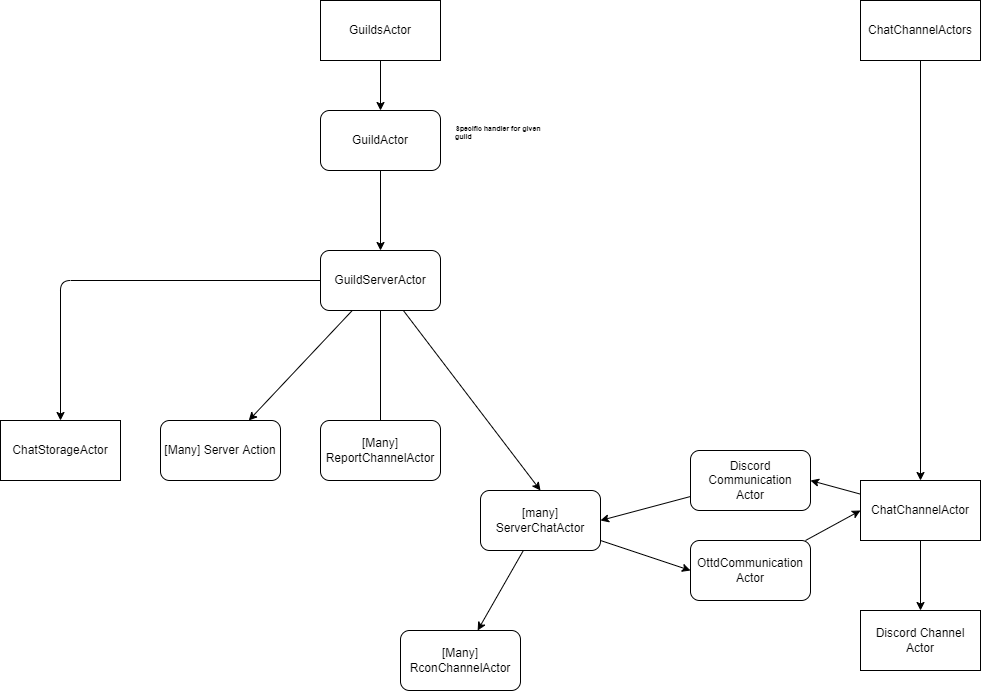
This is docs/akka.drawio.png from shoter/OpenttdDiscord, a draw.io export, as it was before one commit. Source tidied: cells renumbered, new cells last; positions are measured from the earlier drawing's top-left corner, leaving out a move shared by most shapes.
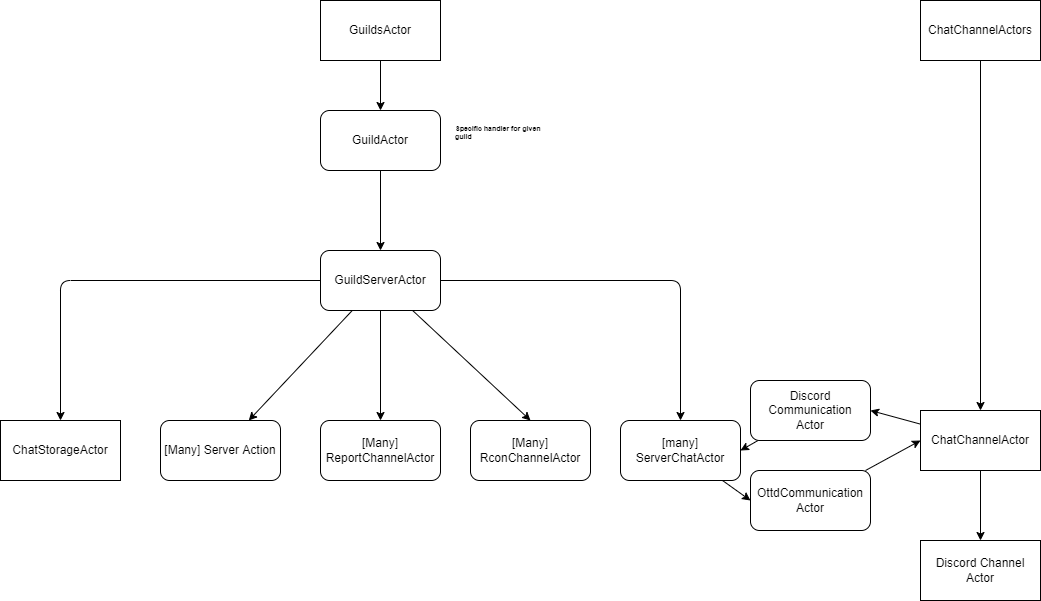
Later version of the same file.

Commit message:
feat: improve akka diagram

Diff of the diagram source:
```diff
@@ -20,8 +20,12 @@
     <mxCell id="7" style="edgeStyle=none;html=1;" parent="1" edge="1" source="11" target="12">
       <mxGeometry relative="1" as="geometry" />
     </mxCell>
-    <mxCell id="8" style="edgeStyle=none;html=1;entryX=0.5;entryY=0;entryDx=0;entryDy=0;" parent="1" edge="1" source="11" target="15">
-      <mxGeometry relative="1" as="geometry" />
+    <mxCell id="8" style="edgeStyle=none;html=1;entryX=0.5;entryY=0;entryDx=0;entryDy=0;exitX=1;exitY=0.5;exitDx=0;exitDy=0;" parent="1" edge="1" source="11" target="15">
+      <mxGeometry relative="1" as="geometry">
+        <Array as="points">
+          <mxPoint x="680" y="280" />
+        </Array>
+      </mxGeometry>
     </mxCell>
     <mxCell id="9" style="edgeStyle=none;html=1;entryX=0.5;entryY=0;entryDx=0;entryDy=0;endArrow=classic;endFill=1;" parent="1" edge="1" source="11" target="28">
       <mxGeometry relative="1" as="geometry">
@@ -30,9 +34,12 @@
         </Array>
       </mxGeometry>
     </mxCell>
-    <mxCell id="10" style="edgeStyle=none;html=1;entryX=0.5;entryY=0;entryDx=0;entryDy=0;endArrow=none;endFill=0;" parent="1" edge="1" source="11" target="27">
+    <mxCell id="10" style="edgeStyle=none;html=1;entryX=0.5;entryY=0;entryDx=0;entryDy=0;endArrow=classic;endFill=1;" parent="1" edge="1" source="11" target="27">
       <mxGeometry relative="1" as="geometry" />
     </mxCell>
+    <mxCell id="29" style="edgeStyle=none;html=1;entryX=0.5;entryY=0;entryDx=0;entryDy=0;" parent="1" edge="1" source="11" target="26">
+      <mxGeometry relative="1" as="geometry" />
+    </mxCell>
     <mxCell id="11" value="GuildServerActor" style="rounded=1;whiteSpace=wrap;html=1;" parent="1" vertex="1">
       <mxGeometry x="320" y="250" width="120" height="60" as="geometry" />
     </mxCell>
@@ -42,29 +49,26 @@
     <mxCell id="13" style="edgeStyle=none;html=1;entryX=0;entryY=0.5;entryDx=0;entryDy=0;" parent="1" edge="1" source="15" target="19">
       <mxGeometry relative="1" as="geometry" />
     </mxCell>
-    <mxCell id="14" style="edgeStyle=none;html=1;" parent="1" edge="1" source="15" target="26">
-      <mxGeometry relative="1" as="geometry" />
-    </mxCell>
     <mxCell id="15" value="[many] ServerChatActor" style="rounded=1;whiteSpace=wrap;html=1;" parent="1" vertex="1">
-      <mxGeometry x="480" y="490" width="120" height="60" as="geometry" />
+      <mxGeometry x="620" y="420" width="120" height="60" as="geometry" />
     </mxCell>
     <mxCell id="16" style="edgeStyle=none;html=1;entryX=1;entryY=0.5;entryDx=0;entryDy=0;" parent="1" edge="1" source="17" target="15">
       <mxGeometry relative="1" as="geometry" />
     </mxCell>
     <mxCell id="17" value="Discord Communication&lt;br&gt;Actor" style="rounded=1;whiteSpace=wrap;html=1;" parent="1" vertex="1">
-      <mxGeometry x="690" y="450" width="120" height="60" as="geometry" />
+      <mxGeometry x="750" y="380" width="120" height="60" as="geometry" />
     </mxCell>
     <mxCell id="18" style="edgeStyle=none;html=1;entryX=0;entryY=0.5;entryDx=0;entryDy=0;" parent="1" edge="1" source="19" target="24">
       <mxGeometry relative="1" as="geometry" />
     </mxCell>
     <mxCell id="19" value="OttdCommunication&lt;br&gt;Actor" style="rounded=1;whiteSpace=wrap;html=1;" parent="1" vertex="1">
-      <mxGeometry x="690" y="540" width="120" height="60" as="geometry" />
+      <mxGeometry x="750" y="470" width="120" height="60" as="geometry" />
     </mxCell>
     <mxCell id="20" style="edgeStyle=none;html=1;" parent="1" edge="1" source="21" target="24">
       <mxGeometry relative="1" as="geometry" />
     </mxCell>
     <mxCell id="21" value="ChatChannelActors" style="rounded=0;whiteSpace=wrap;html=1;fontSize=12;" parent="1" vertex="1">
-      <mxGeometry x="860" width="120" height="60" as="geometry" />
+      <mxGeometry x="920" width="120" height="60" as="geometry" />
     </mxCell>
     <mxCell id="22" style="edgeStyle=none;html=1;" parent="1" edge="1" source="24" target="25">
       <mxGeometry relative="1" as="geometry" />
@@ -73,13 +77,13 @@
       <mxGeometry relative="1" as="geometry" />
     </mxCell>
     <mxCell id="24" value="ChatChannelActor" style="rounded=0;whiteSpace=wrap;html=1;fontSize=12;" parent="1" vertex="1">
-      <mxGeometry x="860" y="480" width="120" height="60" as="geometry" />
+      <mxGeometry x="920" y="410" width="120" height="60" as="geometry" />
     </mxCell>
     <mxCell id="25" value="Discord Channel Actor" style="rounded=0;whiteSpace=wrap;html=1;fontSize=12;" parent="1" vertex="1">
-      <mxGeometry x="860" y="610" width="120" height="60" as="geometry" />
+      <mxGeometry x="920" y="540" width="120" height="60" as="geometry" />
     </mxCell>
     <mxCell id="26" value="[Many]&lt;br&gt;RconChannelActor" style="rounded=1;whiteSpace=wrap;html=1;" parent="1" vertex="1">
-      <mxGeometry x="400" y="630" width="120" height="60" as="geometry" />
+      <mxGeometry x="470" y="420" width="120" height="60" as="geometry" />
     </mxCell>
     <mxCell id="27" value="[Many]&lt;br&gt;ReportChannelActor" style="rounded=1;whiteSpace=wrap;html=1;" parent="1" vertex="1">
       <mxGeometry x="320" y="420" width="120" height="60" as="geometry" />
```
